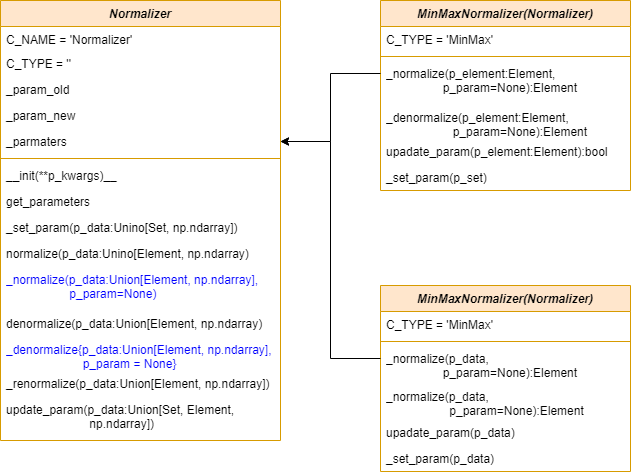
fhswf/MLPro keeps this draw.io diagram as doc/rtd/content/append2/core/images/bf/MLPro-BF-Math-Normalizers_class_diagram.drawio.png. Above is the earlier version. Source tidied: cells renumbered, new cells last; positions are measured from the earlier drawing's top-left corner, leaving out a move shared by most shapes. Its diagram source:
```xml
<mxGraphModel>
  <root>
    <mxCell id="0" />
    <mxCell id="1" parent="0" />
    <mxCell id="2" value="Normalizer" style="swimlane;fontStyle=3;align=center;verticalAlign=top;horizontal=1;startSize=26;rounded=0;shadow=0;strokeWidth=1;fillColor=#ffe6cc;strokeColor=#d79b00;" parent="1" vertex="1">
      <mxGeometry width="280" height="440" as="geometry" />
    </mxCell>
    <mxCell id="3" value="C_NAME = 'Normalizer'" style="text;align=left;verticalAlign=top;spacingLeft=4;spacingRight=4;overflow=hidden;" parent="2" vertex="1">
      <mxGeometry y="26" width="280" height="24" as="geometry" />
    </mxCell>
    <mxCell id="4" value="C_TYPE = ''" style="text;align=left;verticalAlign=top;spacingLeft=4;spacingRight=4;overflow=hidden;rounded=0;shadow=0;html=0;" parent="2" vertex="1">
      <mxGeometry y="50" width="280" height="26" as="geometry" />
    </mxCell>
    <mxCell id="5" value="_param_old" style="text;align=left;verticalAlign=top;spacingLeft=4;spacingRight=4;overflow=hidden;rounded=0;shadow=0;html=0;" parent="2" vertex="1">
      <mxGeometry y="76" width="280" height="26" as="geometry" />
    </mxCell>
    <mxCell id="6" value="_param_new" style="text;align=left;verticalAlign=top;spacingLeft=4;spacingRight=4;overflow=hidden;rounded=0;shadow=0;html=0;" parent="2" vertex="1">
      <mxGeometry y="102" width="280" height="26" as="geometry" />
    </mxCell>
    <mxCell id="7" value="_parmaters" style="text;align=left;verticalAlign=top;spacingLeft=4;spacingRight=4;overflow=hidden;points=[[0,0.5],[1,0.5]];portConstraint=eastwest;rounded=0;shadow=0;html=0;" parent="2" vertex="1">
      <mxGeometry y="128" width="280" height="26" as="geometry" />
    </mxCell>
    <mxCell id="8" style="line;html=1;strokeWidth=1;align=left;verticalAlign=middle;spacingTop=-1;spacingLeft=3;spacingRight=3;labelPosition=right;fillColor=#ffe6cc;strokeColor=#d79b00;" parent="2" vertex="1">
      <mxGeometry y="154" width="280" height="8" as="geometry" />
    </mxCell>
    <mxCell id="9" value="__init(**p_kwargs)__" style="text;align=left;verticalAlign=top;spacingLeft=4;spacingRight=4;overflow=hidden;" parent="2" vertex="1">
      <mxGeometry y="162" width="280" height="26" as="geometry" />
    </mxCell>
    <mxCell id="10" value="get_parameters" style="text;align=left;verticalAlign=top;spacingLeft=4;spacingRight=4;overflow=hidden;" parent="2" vertex="1">
      <mxGeometry y="188" width="280" height="26" as="geometry" />
    </mxCell>
    <mxCell id="11" value="_set_param(p_data:Unino[Set, np.ndarray])" style="text;align=left;verticalAlign=top;spacingLeft=4;spacingRight=4;overflow=hidden;fontColor=#000000;" parent="2" vertex="1">
      <mxGeometry y="214" width="280" height="26" as="geometry" />
    </mxCell>
    <mxCell id="12" value="normalize(p_data:Unino[Element, np.ndarray)" style="text;align=left;verticalAlign=top;spacingLeft=4;spacingRight=4;overflow=hidden;" parent="2" vertex="1">
      <mxGeometry y="240" width="280" height="26" as="geometry" />
    </mxCell>
    <mxCell id="13" value="_normalize(p_data:Union[Element, np.ndarray],                         p_param=None)" style="text;align=left;verticalAlign=top;spacingLeft=4;spacingRight=4;overflow=hidden;fontColor=#0000FF;whiteSpace=wrap;" parent="2" vertex="1">
      <mxGeometry y="266" width="280" height="44" as="geometry" />
    </mxCell>
    <mxCell id="14" value="denormalize(p_data:Union[Element, np.ndarray)" style="text;align=left;verticalAlign=top;spacingLeft=4;spacingRight=4;overflow=hidden;" parent="2" vertex="1">
      <mxGeometry y="310" width="280" height="26" as="geometry" />
    </mxCell>
    <mxCell id="15" value="_denormalize{p_data:Union[Element, np.ndarray],                         p_param = None}" style="text;align=left;verticalAlign=top;spacingLeft=4;spacingRight=4;overflow=hidden;fontColor=#0000FF;whiteSpace=wrap;" parent="2" vertex="1">
      <mxGeometry y="336" width="280" height="34" as="geometry" />
    </mxCell>
    <mxCell id="16" value="_renormalize(p_data:Union[Element, np.ndarray])" style="text;align=left;verticalAlign=top;spacingLeft=4;spacingRight=4;overflow=hidden;fontColor=#000000;" parent="2" vertex="1">
      <mxGeometry y="370" width="280" height="26" as="geometry" />
    </mxCell>
    <mxCell id="17" value="update_param(p_data:Union[Set, Element,                                     np.ndarray])" style="text;align=left;verticalAlign=top;spacingLeft=4;spacingRight=4;overflow=hidden;fontColor=#000000;whiteSpace=wrap;" parent="2" vertex="1">
      <mxGeometry y="396" width="280" height="44" as="geometry" />
    </mxCell>
    <mxCell id="18" value="MinMaxNormalizer(Normalizer)" style="swimlane;fontStyle=3;align=center;verticalAlign=top;horizontal=1;startSize=26;rounded=0;shadow=0;strokeWidth=1;fillColor=#ffe6cc;strokeColor=#d79b00;" parent="1" vertex="1">
      <mxGeometry x="380" width="250" height="190" as="geometry" />
    </mxCell>
    <mxCell id="19" value="C_TYPE = 'MinMax'" style="text;align=left;verticalAlign=top;spacingLeft=4;spacingRight=4;overflow=hidden;rounded=0;shadow=0;html=0;" parent="18" vertex="1">
      <mxGeometry y="26" width="250" height="26" as="geometry" />
    </mxCell>
    <mxCell id="20" style="line;html=1;strokeWidth=1;align=left;verticalAlign=middle;spacingTop=-1;spacingLeft=3;spacingRight=3;labelPosition=right;fillColor=#ffe6cc;strokeColor=#d79b00;" parent="18" vertex="1">
      <mxGeometry y="52" width="250" height="8" as="geometry" />
    </mxCell>
    <mxCell id="21" value="_normalize(p_element:Element,                                      p_param=None):Element" style="text;align=left;verticalAlign=top;spacingLeft=4;spacingRight=4;overflow=hidden;fontColor=#000000;whiteSpace=wrap;" parent="18" vertex="1">
      <mxGeometry y="60" width="250" height="44" as="geometry" />
    </mxCell>
    <mxCell id="22" value="_denormalize(p_element:Element,                                    p_param=None):Element" style="text;align=left;verticalAlign=top;spacingLeft=4;spacingRight=4;overflow=hidden;fontColor=#000000;whiteSpace=wrap;" parent="18" vertex="1">
      <mxGeometry y="104" width="250" height="34" as="geometry" />
    </mxCell>
    <mxCell id="23" value="upadate_param(p_element:Element):bool" style="text;align=left;verticalAlign=top;spacingLeft=4;spacingRight=4;overflow=hidden;fontColor=#000000;" parent="18" vertex="1">
      <mxGeometry y="138" width="250" height="26" as="geometry" />
    </mxCell>
    <mxCell id="24" value="_set_param(p_set)" style="text;align=left;verticalAlign=top;spacingLeft=4;spacingRight=4;overflow=hidden;fontColor=#000000;" parent="18" vertex="1">
      <mxGeometry y="164" width="250" height="26" as="geometry" />
    </mxCell>
    <mxCell id="25" style="edgeStyle=orthogonalEdgeStyle;rounded=0;jettySize=auto;html=1;fontColor=#000000;" parent="1" edge="1" target="7">
      <mxGeometry relative="1" as="geometry">
        <mxPoint x="380" y="73" as="sourcePoint" />
        <Array as="points">
          <mxPoint x="330" y="73" />
          <mxPoint x="330" y="141" />
        </Array>
      </mxGeometry>
    </mxCell>
    <mxCell id="26" value="MinMaxNormalizer(Normalizer)" style="swimlane;fontStyle=3;align=center;verticalAlign=top;horizontal=1;startSize=26;rounded=0;shadow=0;strokeWidth=1;fillColor=#ffe6cc;strokeColor=#d79b00;" parent="1" vertex="1">
      <mxGeometry x="380" y="285" width="250" height="186" as="geometry" />
    </mxCell>
    <mxCell id="27" value="C_TYPE = 'MinMax'" style="text;align=left;verticalAlign=top;spacingLeft=4;spacingRight=4;overflow=hidden;rounded=0;shadow=0;html=0;" parent="26" vertex="1">
      <mxGeometry y="26" width="250" height="26" as="geometry" />
    </mxCell>
    <mxCell id="28" style="line;html=1;strokeWidth=1;align=left;verticalAlign=middle;spacingTop=-1;spacingLeft=3;spacingRight=3;labelPosition=right;fillColor=#ffe6cc;strokeColor=#d79b00;" parent="26" vertex="1">
      <mxGeometry y="52" width="250" height="8" as="geometry" />
    </mxCell>
    <mxCell id="29" value="_normalize(p_data,                                                           p_param=None):Element" style="text;align=left;verticalAlign=top;spacingLeft=4;spacingRight=4;overflow=hidden;fontColor=#000000;whiteSpace=wrap;" parent="26" vertex="1">
      <mxGeometry y="60" width="250" height="38" as="geometry" />
    </mxCell>
    <mxCell id="30" value="_normalize(p_data,                                                      p_param=None):Element" style="text;align=left;verticalAlign=top;spacingLeft=4;spacingRight=4;overflow=hidden;fontColor=#000000;whiteSpace=wrap;" parent="26" vertex="1">
      <mxGeometry y="98" width="250" height="36" as="geometry" />
    </mxCell>
    <mxCell id="31" value="upadate_param(p_data)" style="text;align=left;verticalAlign=top;spacingLeft=4;spacingRight=4;overflow=hidden;fontColor=#000000;" parent="26" vertex="1">
      <mxGeometry y="134" width="250" height="26" as="geometry" />
    </mxCell>
    <mxCell id="32" value="_set_param(p_data)" style="text;align=left;verticalAlign=top;spacingLeft=4;spacingRight=4;overflow=hidden;fontColor=#000000;" parent="26" vertex="1">
      <mxGeometry y="160" width="250" height="26" as="geometry" />
    </mxCell>
    <mxCell id="33" style="edgeStyle=orthogonalEdgeStyle;rounded=0;jettySize=auto;html=1;fontColor=#000000;entryX=1;entryY=0.5;entryDx=0;entryDy=0;" parent="1" edge="1" target="7">
      <mxGeometry relative="1" as="geometry">
        <mxPoint x="380" y="358" as="sourcePoint" />
        <Array as="points">
          <mxPoint x="330" y="358" />
          <mxPoint x="330" y="141" />
        </Array>
      </mxGeometry>
    </mxCell>
  </root>
</mxGraphModel>
```
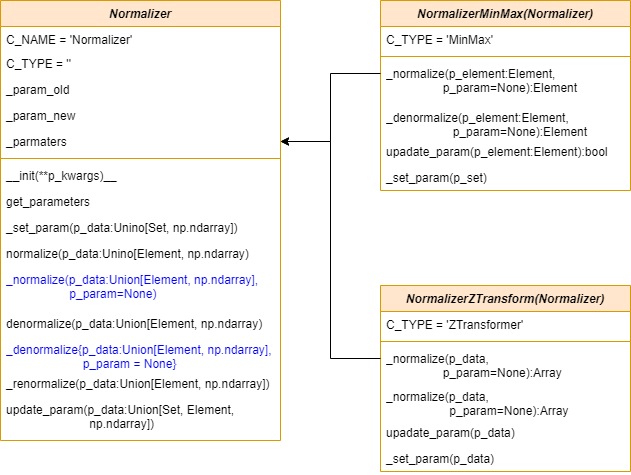
The same diagram one commit later.

Commit message:
class dia

The edit, as a diff of the source:
```diff
@@ -50,7 +50,7 @@
     <mxCell id="17" value="update_param(p_data:Union[Set, Element,                                     np.ndarray])" style="text;align=left;verticalAlign=top;spacingLeft=4;spacingRight=4;overflow=hidden;fontColor=#000000;whiteSpace=wrap;" parent="2" vertex="1">
       <mxGeometry y="396" width="280" height="44" as="geometry" />
     </mxCell>
-    <mxCell id="18" value="MinMaxNormalizer(Normalizer)" style="swimlane;fontStyle=3;align=center;verticalAlign=top;horizontal=1;startSize=26;rounded=0;shadow=0;strokeWidth=1;fillColor=#ffe6cc;strokeColor=#d79b00;" parent="1" vertex="1">
+    <mxCell id="18" value="NormalizerMinMax(Normalizer)" style="swimlane;fontStyle=3;align=center;verticalAlign=top;horizontal=1;startSize=26;rounded=0;shadow=0;strokeWidth=1;fillColor=#ffe6cc;strokeColor=#d79b00;" parent="1" vertex="1">
       <mxGeometry x="380" width="250" height="190" as="geometry" />
     </mxCell>
     <mxCell id="19" value="C_TYPE = 'MinMax'" style="text;align=left;verticalAlign=top;spacingLeft=4;spacingRight=4;overflow=hidden;rounded=0;shadow=0;html=0;" parent="18" vertex="1">
@@ -80,19 +80,19 @@
         </Array>
       </mxGeometry>
     </mxCell>
-    <mxCell id="26" value="MinMaxNormalizer(Normalizer)" style="swimlane;fontStyle=3;align=center;verticalAlign=top;horizontal=1;startSize=26;rounded=0;shadow=0;strokeWidth=1;fillColor=#ffe6cc;strokeColor=#d79b00;" parent="1" vertex="1">
+    <mxCell id="26" value="NormalizerZTransform(Normalizer)" style="swimlane;fontStyle=3;align=center;verticalAlign=top;horizontal=1;startSize=26;rounded=0;shadow=0;strokeWidth=1;fillColor=#ffe6cc;strokeColor=#d79b00;" parent="1" vertex="1">
       <mxGeometry x="380" y="285" width="250" height="186" as="geometry" />
     </mxCell>
-    <mxCell id="27" value="C_TYPE = 'MinMax'" style="text;align=left;verticalAlign=top;spacingLeft=4;spacingRight=4;overflow=hidden;rounded=0;shadow=0;html=0;" parent="26" vertex="1">
+    <mxCell id="27" value="C_TYPE = 'ZTransformer'" style="text;align=left;verticalAlign=top;spacingLeft=4;spacingRight=4;overflow=hidden;rounded=0;shadow=0;html=0;" parent="26" vertex="1">
       <mxGeometry y="26" width="250" height="26" as="geometry" />
     </mxCell>
     <mxCell id="28" style="line;html=1;strokeWidth=1;align=left;verticalAlign=middle;spacingTop=-1;spacingLeft=3;spacingRight=3;labelPosition=right;fillColor=#ffe6cc;strokeColor=#d79b00;" parent="26" vertex="1">
       <mxGeometry y="52" width="250" height="8" as="geometry" />
     </mxCell>
-    <mxCell id="29" value="_normalize(p_data,                                                           p_param=None):Element" style="text;align=left;verticalAlign=top;spacingLeft=4;spacingRight=4;overflow=hidden;fontColor=#000000;whiteSpace=wrap;" parent="26" vertex="1">
+    <mxCell id="29" value="_normalize(p_data,                                                           p_param=None):Array" style="text;align=left;verticalAlign=top;spacingLeft=4;spacingRight=4;overflow=hidden;fontColor=#000000;whiteSpace=wrap;" parent="26" vertex="1">
       <mxGeometry y="60" width="250" height="38" as="geometry" />
     </mxCell>
-    <mxCell id="30" value="_normalize(p_data,                                                      p_param=None):Element" style="text;align=left;verticalAlign=top;spacingLeft=4;spacingRight=4;overflow=hidden;fontColor=#000000;whiteSpace=wrap;" parent="26" vertex="1">
+    <mxCell id="30" value="_normalize(p_data,                                                      p_param=None):Array" style="text;align=left;verticalAlign=top;spacingLeft=4;spacingRight=4;overflow=hidden;fontColor=#000000;whiteSpace=wrap;" parent="26" vertex="1">
       <mxGeometry y="98" width="250" height="36" as="geometry" />
     </mxCell>
     <mxCell id="31" value="upadate_param(p_data)" style="text;align=left;verticalAlign=top;spacingLeft=4;spacingRight=4;overflow=hidden;fontColor=#000000;" parent="26" vertex="1">
```
